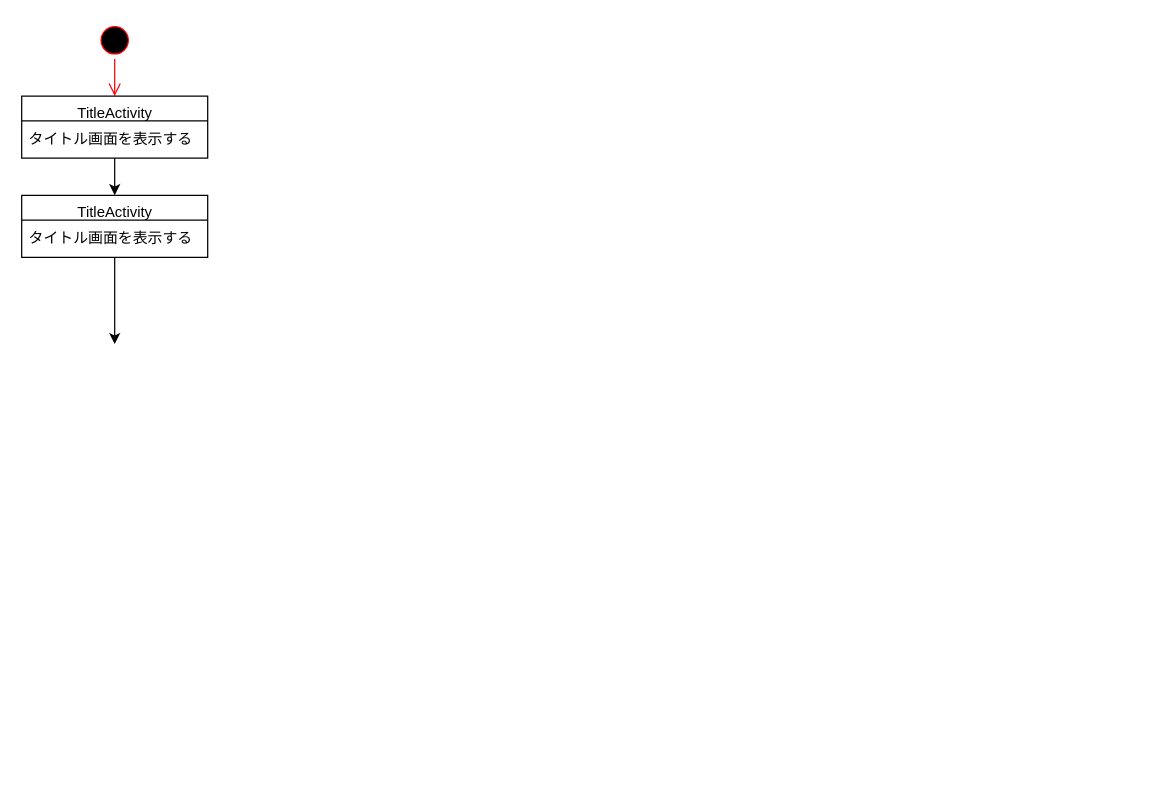
Before: page "画面遷移図" (1 of 2) of Untitled Diagram.drawio in ShoHIOKI/test, a draw.io diagram. Source tidied: cells renumbered, new cells numbered last; positions are measured from the earlier drawing's top-left corner, leaving out a move shared by most shapes. Both pictures are drawn from the tidied source at 124%, with x=0, y=0 at pixel (21, 21).
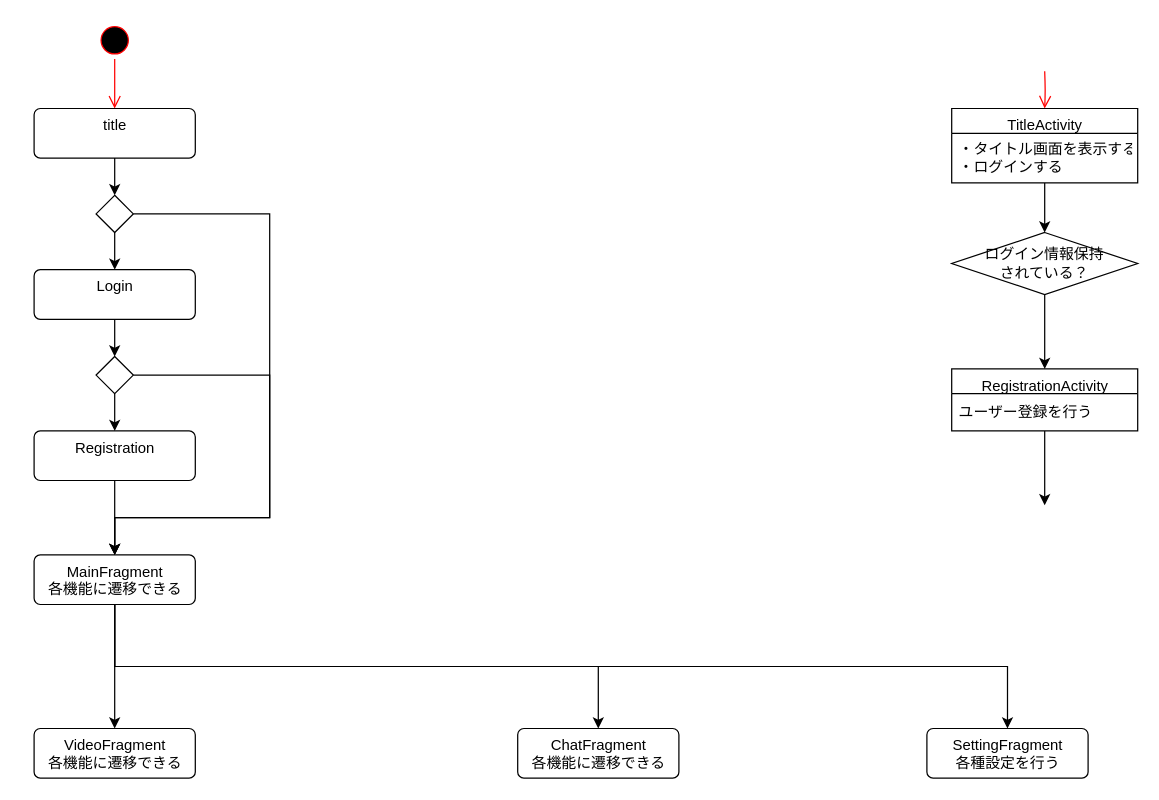
The same diagram, later.

The change refers to these unchanged cells:
```xml
<mxCell id="2" style="ellipse;html=1;shape=startState;fillColor=#000000;strokeColor=#ff0000;" parent="1" vertex="1">
  <mxGeometry x="60" width="30" height="30" as="geometry" />
</mxCell>
```

Diff of the diagram source:
```diff
@@
-    <mxCell id="3" style="edgeStyle=orthogonalEdgeStyle;html=1;verticalAlign=bottom;endArrow=open;endSize=8;strokeColor=#ff0000;entryX=0.5;entryY=0;entryDx=0;entryDy=0;" parent="1" edge="1" source="2" target="5">
-      <mxGeometry relative="1" as="geometry" />
+    <mxCell id="3" style="edgeStyle=orthogonalEdgeStyle;html=1;verticalAlign=bottom;endArrow=open;endSize=8;strokeColor=#ff0000;entryX=0.5;entryY=0;entryDx=0;entryDy=0;" parent="1" edge="1" target="5">
+      <mxGeometry relative="1" as="geometry">
+        <mxPoint x="825" y="40" as="sourcePoint" />
+      </mxGeometry>
     </mxCell>
-    <mxCell id="4" style="edgeStyle=orthogonalEdgeStyle;rounded=0;jettySize=auto;html=1;entryX=0.5;entryY=0;entryDx=0;entryDy=0;" parent="1" edge="1" source="5" target="8">
-      <mxGeometry relative="1" as="geometry" />
-    </mxCell>
+    <mxCell id="10" style="edgeStyle=orthogonalEdgeStyle;rounded=0;jettySize=auto;html=1;entryX=0.5;entryY=0;entryDx=0;entryDy=0;entryPerimeter=0;" parent="1" edge="1" source="5" target="12">
+      <mxGeometry relative="1" as="geometry" />
+    </mxCell>
     <mxCell id="5" value="TitleActivity" style="swimlane;fontStyle=0;align=center;verticalAlign=top;horizontal=1;startSize=20;html=1;" parent="1" vertex="1">
-      <mxGeometry y="60" width="150" height="50" as="geometry" />
+      <mxGeometry x="750" y="70" width="150" height="60" as="geometry" />
     </mxCell>
-    <mxCell id="6" value="タイトル画面を表示する" style="text;html=1;strokeColor=none;fillColor=none;align=left;verticalAlign=middle;spacingLeft=4;spacingRight=4;overflow=hidden;" parent="5" vertex="1">
-      <mxGeometry y="20" width="150" height="30" as="geometry" />
+    <mxCell id="6" value="・タイトル画面を表示する&lt;br&gt;・ログインする" style="text;html=1;strokeColor=none;fillColor=none;align=left;verticalAlign=middle;spacingLeft=4;spacingRight=4;overflow=hidden;" parent="5" vertex="1">
+      <mxGeometry y="20" width="150" height="40" as="geometry" />
     </mxCell>
     <mxCell id="7" style="edgeStyle=orthogonalEdgeStyle;rounded=0;jettySize=auto;html=1;" parent="1" edge="1" source="8">
       <mxGeometry relative="1" as="geometry">
-        <mxPoint x="75" y="260" as="targetPoint" />
+        <mxPoint x="825" y="390" as="targetPoint" />
       </mxGeometry>
     </mxCell>
-    <mxCell id="8" value="TitleActivity" style="swimlane;fontStyle=0;align=center;verticalAlign=top;horizontal=1;startSize=20;html=1;" parent="1" vertex="1">
-      <mxGeometry y="140" width="150" height="50" as="geometry" />
+    <mxCell id="8" value="RegistrationActivity" style="swimlane;fontStyle=0;align=center;verticalAlign=top;horizontal=1;startSize=20;html=1;" parent="1" vertex="1">
+      <mxGeometry x="750" y="280" width="150" height="50" as="geometry" />
     </mxCell>
-    <mxCell id="9" value="タイトル画面を表示する" style="text;html=1;strokeColor=none;fillColor=none;align=left;verticalAlign=middle;spacingLeft=4;spacingRight=4;overflow=hidden;" parent="8" vertex="1">
+    <mxCell id="9" value="ユーザー登録を行う" style="text;html=1;strokeColor=none;fillColor=none;align=left;verticalAlign=middle;spacingLeft=4;spacingRight=4;overflow=hidden;" parent="8" vertex="1">
       <mxGeometry y="20" width="150" height="30" as="geometry" />
     </mxCell>
+    <mxCell id="11" style="edgeStyle=orthogonalEdgeStyle;rounded=0;jettySize=auto;html=1;exitX=0.5;exitY=1;exitDx=0;exitDy=0;exitPerimeter=0;entryX=0.5;entryY=0;entryDx=0;entryDy=0;" parent="1" edge="1" source="12" target="8">
+      <mxGeometry y="35" relative="1" as="geometry" />
+    </mxCell>
+    <mxCell id="12" value="ログイン情報保持&lt;br&gt;されている？" style="strokeWidth=1;html=1;shape=mxgraph.flowchart.decision;whiteSpace=wrap;" parent="1" vertex="1">
+      <mxGeometry x="750" y="170" width="150" height="50" as="geometry" />
+    </mxCell>
+    <mxCell id="13" style="edgeStyle=orthogonalEdgeStyle;html=1;verticalAlign=bottom;endArrow=open;endSize=8;strokeColor=#ff0000;exitX=0.5;exitY=1;exitDx=0;exitDy=0;entryX=0.5;entryY=0;entryDx=0;entryDy=0;" parent="1" edge="1" source="2" target="15">
+      <mxGeometry relative="1" as="geometry" />
+    </mxCell>
+    <mxCell id="14" style="edgeStyle=orthogonalEdgeStyle;rounded=0;jettySize=auto;html=1;exitX=0.5;exitY=1;exitDx=0;exitDy=0;entryX=0.5;entryY=0;entryDx=0;entryDy=0;" parent="1" edge="1" source="15" target="18">
+      <mxGeometry relative="1" as="geometry" />
+    </mxCell>
+    <mxCell id="15" value="title" style="html=1;align=center;verticalAlign=top;rounded=1;absoluteArcSize=1;arcSize=10;dashed=0;strokeWidth=1;" parent="1" vertex="1">
+      <mxGeometry x="10" y="70" width="130" height="40" as="geometry" />
+    </mxCell>
+    <mxCell id="16" style="edgeStyle=orthogonalEdgeStyle;rounded=0;jettySize=auto;html=1;entryX=0.5;entryY=0;entryDx=0;entryDy=0;" parent="1" edge="1" source="18" target="20">
+      <mxGeometry relative="1" as="geometry" />
+    </mxCell>
+    <mxCell id="17" style="edgeStyle=orthogonalEdgeStyle;rounded=0;jettySize=auto;html=1;exitX=1;exitY=0.5;exitDx=0;exitDy=0;entryX=0.5;entryY=0;entryDx=0;entryDy=0;" parent="1" edge="1" source="18" target="29">
+      <mxGeometry relative="1" as="geometry">
+        <Array as="points">
+          <mxPoint x="200" y="155" />
+          <mxPoint x="200" y="400" />
+          <mxPoint x="75" y="400" />
+        </Array>
+      </mxGeometry>
+    </mxCell>
+    <mxCell id="18" style="rhombus;whiteSpace=wrap;html=1;strokeWidth=1;" parent="1" vertex="1">
+      <mxGeometry x="60" y="140" width="30" height="30" as="geometry" />
+    </mxCell>
+    <mxCell id="19" style="edgeStyle=orthogonalEdgeStyle;rounded=0;jettySize=auto;html=1;entryX=0.5;entryY=0;entryDx=0;entryDy=0;" parent="1" edge="1" source="20" target="25">
+      <mxGeometry relative="1" as="geometry" />
+    </mxCell>
+    <mxCell id="20" value="Login" style="html=1;align=center;verticalAlign=top;rounded=1;absoluteArcSize=1;arcSize=10;dashed=0;strokeWidth=1;" parent="1" vertex="1">
+      <mxGeometry x="10" y="200" width="130" height="40" as="geometry" />
+    </mxCell>
+    <mxCell id="21" style="edgeStyle=orthogonalEdgeStyle;rounded=0;jettySize=auto;html=1;entryX=0.5;entryY=0;entryDx=0;entryDy=0;" parent="1" edge="1" source="22" target="29">
+      <mxGeometry relative="1" as="geometry" />
+    </mxCell>
+    <mxCell id="22" value="Registration" style="html=1;align=center;verticalAlign=top;rounded=1;absoluteArcSize=1;arcSize=10;dashed=0;strokeWidth=1;" parent="1" vertex="1">
+      <mxGeometry x="10" y="330" width="130" height="40" as="geometry" />
+    </mxCell>
+    <mxCell id="23" style="edgeStyle=orthogonalEdgeStyle;rounded=0;jettySize=auto;html=1;exitX=0.5;exitY=1;exitDx=0;exitDy=0;entryX=0.5;entryY=0;entryDx=0;entryDy=0;" parent="1" edge="1" source="25" target="22">
+      <mxGeometry relative="1" as="geometry" />
+    </mxCell>
+    <mxCell id="24" style="edgeStyle=orthogonalEdgeStyle;rounded=0;jettySize=auto;html=1;exitX=1;exitY=0.5;exitDx=0;exitDy=0;entryX=0.5;entryY=0;entryDx=0;entryDy=0;" parent="1" edge="1" source="25" target="29">
+      <mxGeometry relative="1" as="geometry">
+        <Array as="points">
+          <mxPoint x="200" y="285" />
+          <mxPoint x="200" y="400" />
+          <mxPoint x="75" y="400" />
+        </Array>
+      </mxGeometry>
+    </mxCell>
+    <mxCell id="25" style="rhombus;whiteSpace=wrap;html=1;strokeWidth=1;" parent="1" vertex="1">
+      <mxGeometry x="60" y="270" width="30" height="30" as="geometry" />
+    </mxCell>
+    <mxCell id="26" style="edgeStyle=orthogonalEdgeStyle;rounded=0;jettySize=auto;html=1;exitX=0.5;exitY=1;exitDx=0;exitDy=0;entryX=0.5;entryY=0;entryDx=0;entryDy=0;" parent="1" edge="1" source="29" target="32">
+      <mxGeometry relative="1" as="geometry" />
+    </mxCell>
+    <mxCell id="27" style="edgeStyle=orthogonalEdgeStyle;rounded=0;jettySize=auto;html=1;exitX=0.5;exitY=1;exitDx=0;exitDy=0;entryX=0.5;entryY=0;entryDx=0;entryDy=0;" parent="1" edge="1" source="29" target="31">
+      <mxGeometry relative="1" as="geometry" />
+    </mxCell>
+    <mxCell id="28" style="edgeStyle=orthogonalEdgeStyle;rounded=0;jettySize=auto;html=1;exitX=0.5;exitY=1;exitDx=0;exitDy=0;entryX=0.5;entryY=0;entryDx=0;entryDy=0;" parent="1" edge="1" source="29" target="30">
+      <mxGeometry relative="1" as="geometry" />
+    </mxCell>
+    <mxCell id="29" value="MainFragment&lt;br&gt;各機能に遷移できる" style="html=1;align=center;verticalAlign=top;rounded=1;absoluteArcSize=1;arcSize=10;dashed=0;strokeWidth=1;" parent="1" vertex="1">
+      <mxGeometry x="10" y="430" width="130" height="40" as="geometry" />
+    </mxCell>
+    <mxCell id="30" value="SettingFragment&lt;br&gt;各種設定を行う" style="html=1;align=center;verticalAlign=top;rounded=1;absoluteArcSize=1;arcSize=10;dashed=0;strokeWidth=1;" parent="1" vertex="1">
+      <mxGeometry x="730" y="570" width="130" height="40" as="geometry" />
+    </mxCell>
+    <mxCell id="31" value="ChatFragment&lt;br&gt;各機能に遷移できる" style="html=1;align=center;verticalAlign=top;rounded=1;absoluteArcSize=1;arcSize=10;dashed=0;strokeWidth=1;" parent="1" vertex="1">
+      <mxGeometry x="400" y="570" width="130" height="40" as="geometry" />
+    </mxCell>
+    <mxCell id="32" value="VideoFragment&lt;br&gt;各機能に遷移できる" style="html=1;align=center;verticalAlign=top;rounded=1;absoluteArcSize=1;arcSize=10;dashed=0;strokeWidth=1;" parent="1" vertex="1">
+      <mxGeometry x="10" y="570" width="130" height="40" as="geometry" />
+    </mxCell>
```
